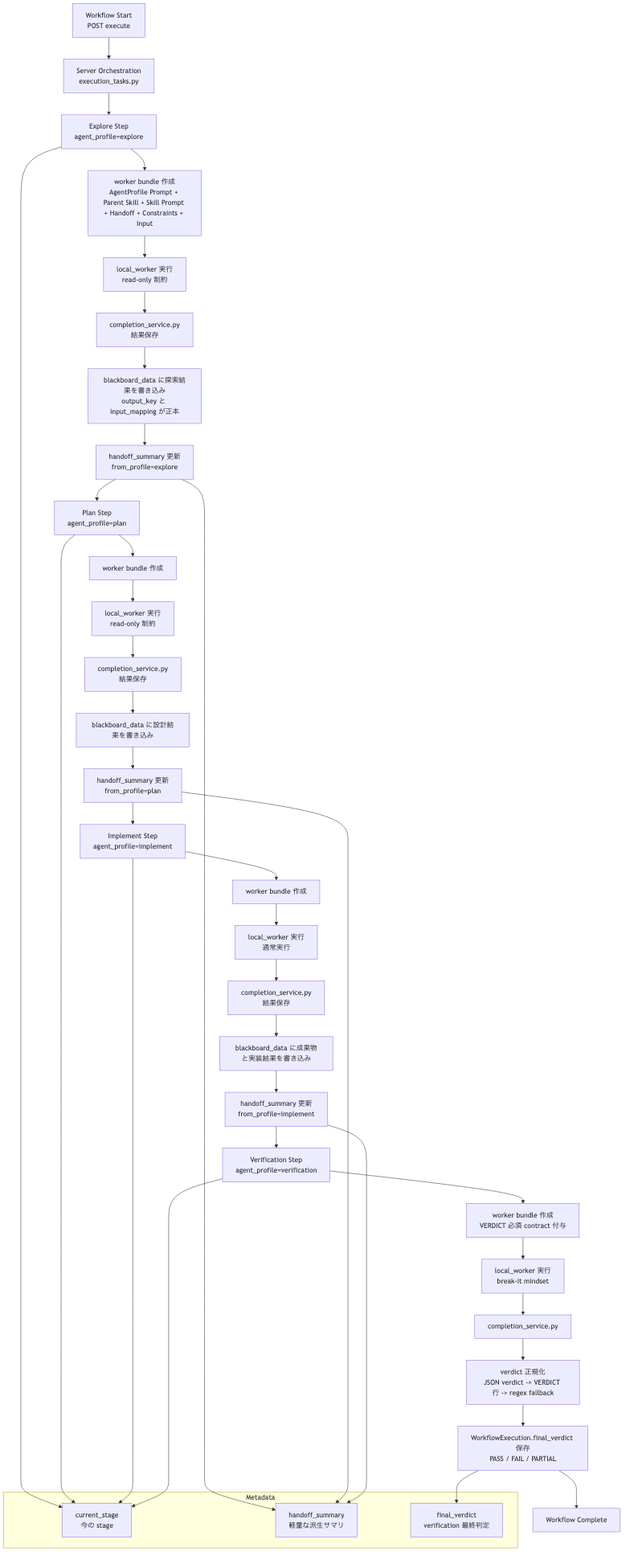
Earlier version of the Mermaid export docs/diagrams/workflow-stage-simple-flow.png (yushihonda/prompt-provision-tool). Its source is kept beside it as docs/diagrams/workflow-stage-simple-flow.mmd.
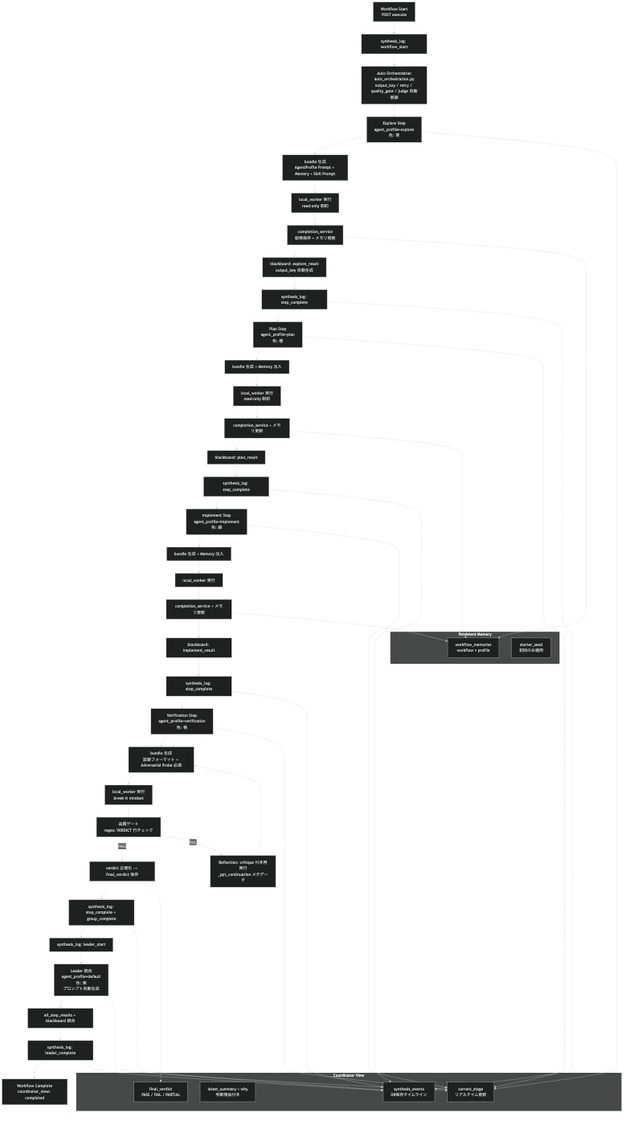
The same file after the commit.

What changed in the source:
```diff
@@ -1,48 +1,69 @@
 flowchart TD
-    A[Workflow Start<br/>POST execute] --> B[Server Orchestration<br/>execution_tasks.py]
+    A[Workflow Start<br/>POST execute] --> A1[synthesis_log: workflow_start]
+    A1 --> B[Auto Orchestration<br/>auto_orchestration.py<br/>output_key / retry / quality_gate / judge 自動推論]
 
-    B --> C[Explore Step<br/>agent_profile=explore]
-    C --> C1[worker bundle 作成<br/>AgentProfile Prompt + Parent Skill + Skill Prompt + Handoff + Constraints + Input]
+    B --> C[Explore Step<br/>agent_profile=explore<br/>色: 青]
+    C --> C1[bundle 生成<br/>AgentProfile Prompt + Memory + Skill Prompt]
     C1 --> C2[local_worker 実行<br/>read-only 制約]
-    C2 --> C3[completion_service.py<br/>結果保存]
-    C3 --> C4[blackboard_data に探索結果を書き込み<br/>output_key と input_mapping が正本]
-    C4 --> C5[handoff_summary 更新<br/>from_profile=explore]
-    C5 --> D[Plan Step<br/>agent_profile=plan]
+    C2 --> C3[completion_service<br/>結果保存 + メモリ更新]
+    C3 --> C4[blackboard: explore_result<br/>output_key 自動生成]
+    C4 --> C5[synthesis_log: step_complete]
+    C5 --> D[Plan Step<br/>agent_profile=plan<br/>色: 橙]
 
-    D --> D1[worker bundle 作成]
+    D --> D1[bundle 生成 + Memory 注入]
     D1 --> D2[local_worker 実行<br/>read-only 制約]
-    D2 --> D3[completion_service.py<br/>結果保存]
-    D3 --> D4[blackboard_data に設計結果を書き込み]
-    D4 --> D5[handoff_summary 更新<br/>from_profile=plan]
-    D5 --> E[Implement Step<br/>agent_profile=implement]
+    D2 --> D3[completion_service + メモリ更新]
+    D3 --> D4[blackboard: plan_result]
+    D4 --> D5[synthesis_log: step_complete]
+    D5 --> E[Implement Step<br/>agent_profile=implement<br/>色: 緑]
 
-    E --> E1[worker bundle 作成]
-    E1 --> E2[local_worker 実行<br/>通常実行]
-    E2 --> E3[completion_service.py<br/>結果保存]
-    E3 --> E4[blackboard_data に成果物と実装結果を書き込み]
-    E4 --> E5[handoff_summary 更新<br/>from_profile=implement]
-    E5 --> F[Verification Step<br/>agent_profile=verification]
+    E --> E1[bundle 生成 + Memory 注入]
+    E1 --> E2[local_worker 実行]
+    E2 --> E3[completion_service + メモリ更新]
+    E3 --> E4[blackboard: implement_result]
+    E4 --> E5[synthesis_log: step_complete]
+    E5 --> F[Verification Step<br/>agent_profile=verification<br/>色: 桃]
 
-    F --> F1[worker bundle 作成<br/>VERDICT 必須 contract 付与]
+    F --> F1[bundle 生成<br/>証跡フォーマット + Adversarial Probe 必須]
     F1 --> F2[local_worker 実行<br/>break-it mindset]
-    F2 --> F3[completion_service.py]
-    F3 --> F4[verdict 正規化<br/>JSON verdict -> VERDICT 行 -> regex fallback]
-    F4 --> F5[WorkflowExecution.final_verdict 保存<br/>PASS / FAIL / PARTIAL]
-    F5 --> G[Workflow Complete]
+    F2 --> F3[品質ゲート<br/>regex: VERDICT 行チェック]
+    F3 -->|PASS| F4[verdict 正規化 → final_verdict 保存]
+    F3 -->|FAIL| F3R[Reflection: critique 付き再実行<br/>_ppt_continuation メタデータ]
+    F3R --> F1
+    F4 --> F5[synthesis_log: step_complete + group_complete]
+    F5 --> G[synthesis_log: leader_start]
 
-    subgraph Metadata
-        M1[current_stage<br/>今の stage]
-        M2[handoff_summary<br/>軽量な派生サマリ]
-        M3[final_verdict<br/>verification 最終判定]
+    G --> L[Leader 統合<br/>agent_profile=default<br/>色: 紫<br/>プロンプト自動生成]
+    L --> L1[all_step_results + blackboard 統合]
+    L1 --> L2[synthesis_log: leader_complete]
+    L2 --> H[Workflow Complete<br/>coordinator_view: completed]
+
+    subgraph Coordinator View
+        CV1[current_stage<br/>リアルタイム更新]
+        CV2[latest_summary + why<br/>判断理由付き]
+        CV3[synthesis_events<br/>DB保存タイムライン]
+        CV4[final_verdict<br/>PASS / FAIL / PARTIAL]
     end
 
-    C --> M1
-    D --> M1
-    E --> M1
-    F --> M1
+    subgraph Persistent Memory
+        PM1[workflow_memories<br/>workflow × profile]
+        PM2[starter_seed<br/>初回のみ適用]
+    end
 
-    C5 --> M2
-    D5 --> M2
-    E5 --> M2
+    C --> CV1
+    D --> CV1
+    E --> CV1
+    F --> CV1
+    L --> CV1
 
-    F5 --> M3
+    C5 --> CV3
+    D5 --> CV3
+    E5 --> CV3
+    F5 --> CV3
+    L2 --> CV3
+
+    F4 --> CV4
+
+    C3 --> PM1
+    D3 --> PM1
+    E3 --> PM1
```
